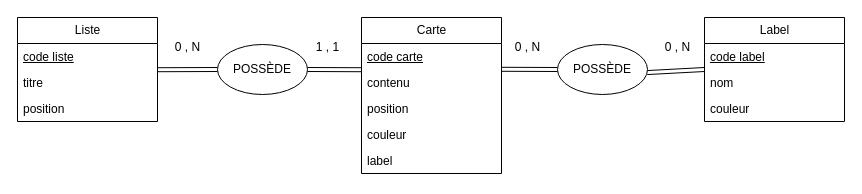
This is docs/ resources/project-analysis/mcd/mcd.drawio from GavaudDylan/Okanban, a draw.io file, before an edit. Source tidied: cells renumbered, new cells numbered last; positions are measured from the earlier drawing's top-left corner, leaving out a move shared by most shapes. Both pictures are drawn from the tidied source at 100%, with x=0, y=0 at pixel (17, 17).
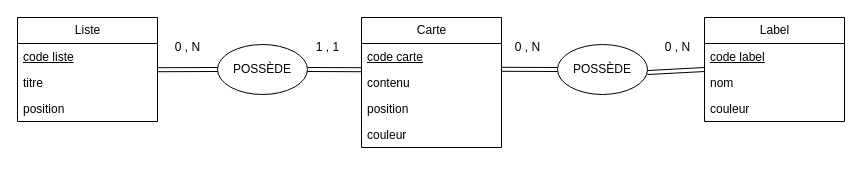
Above is the later version.

The edit, as a diff of the source:
```diff
@@
     <mxCell id="2" value="Carte" style="swimlane;fontStyle=0;horizontal=1;startSize=26;fillColor=none;html=1;" parent="1" vertex="1">
-      <mxGeometry x="344" width="140" height="156" as="geometry" />
+      <mxGeometry x="344" width="140" height="130" as="geometry" />
     </mxCell>
@@
-    <mxCell id="7" value="label" style="text;strokeColor=none;fillColor=none;align=left;verticalAlign=top;spacingLeft=4;spacingRight=4;overflow=hidden;whiteSpace=wrap;html=1;" parent="2" vertex="1">
-      <mxGeometry y="130" width="140" height="26" as="geometry" />
-    </mxCell>
```
